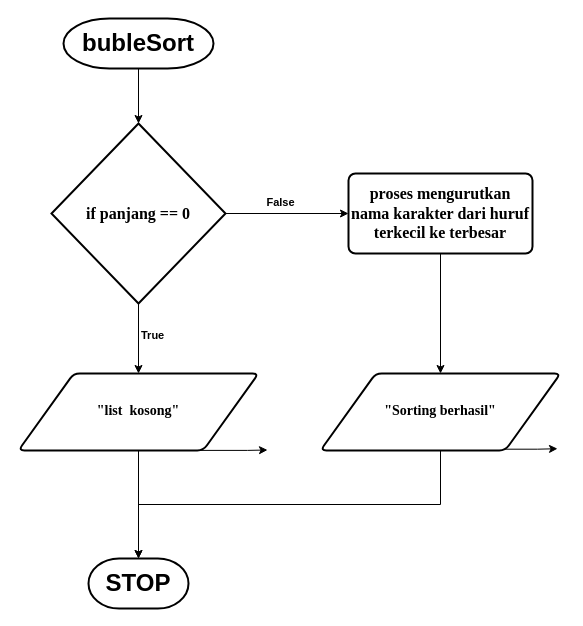
Above: page "fungsi bubbleSort" (12 of 23) of B1-OnyxSmarid-Flowchart.drawio in msarabd/pa_sistem_battle_karakter_anime (draw.io), before the change. Source tidied: cells renumbered, new cells numbered last; positions are measured from the earlier drawing's top-left corner, leaving out a move shared by most shapes. Both pictures are drawn from the tidied source at 100%, with x=0, y=0 at pixel (18, 18).
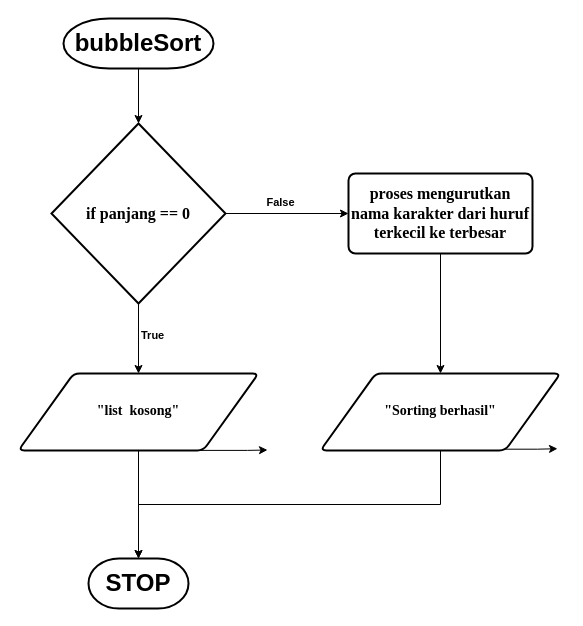
The same diagram, later.

Commit message:
perubahan fungsi bubbleSort pada flowchart

What changed in the source:
```diff
@@
-    <mxCell id="13" value="&lt;span style=&quot;font-size: 24px;&quot;&gt;bubleSort&lt;/span&gt;" style="strokeWidth=2;html=1;shape=mxgraph.flowchart.terminator;whiteSpace=wrap;fontStyle=1;" parent="1" vertex="1">
+    <mxCell id="13" value="&lt;span style=&quot;font-size: 24px;&quot;&gt;bubbleSort&lt;/span&gt;" style="strokeWidth=2;html=1;shape=mxgraph.flowchart.terminator;whiteSpace=wrap;fontStyle=1;" parent="1" vertex="1">
       <mxGeometry x="45" width="150" height="50" as="geometry" />
     </mxCell>
```
